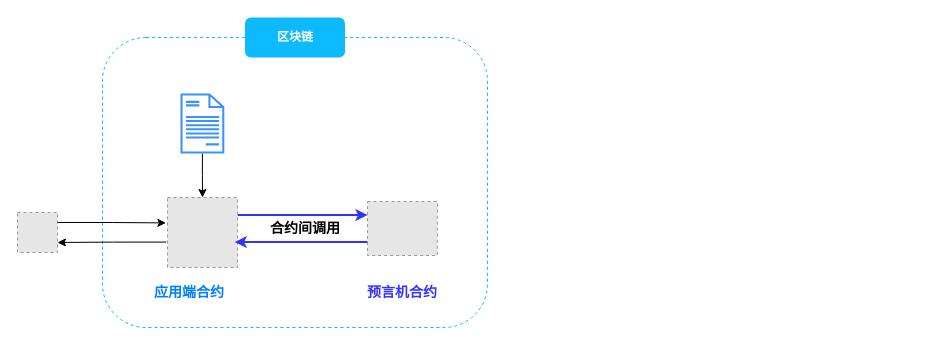
wenhulove333/opendhp keeps this draw.io diagram as dhp/oracle.drawio. Above is the earlier version. Source tidied: cells renumbered, new cells numbered last; positions are measured from the earlier drawing's top-left corner, leaving out a move shared by most shapes. Both pictures are drawn from the tidied source at 100%, with x=0, y=0 at pixel (17, 17). Pictures stored in the file or linked from it are replaced by grey dashed boxes.
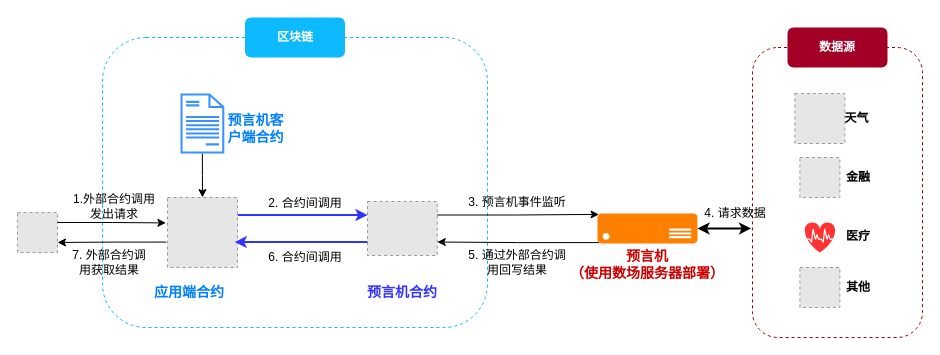
The same page after the edit.

Unchanged cells that the change refers to:
```xml
<mxCell id="8" style="fillColor=#E6E6E6;strokeColor=#999999;dashed=1;verticalLabelPosition=bottom;labelBackgroundColor=default;verticalAlign=top;" parent="1" vertex="1">
  <mxGeometry x="350" y="184" width="69.8" height="54" as="geometry" />
</mxCell>
```

The edit, as a diff of the source:
```diff
@@
+    <mxCell id="16" style="rounded=1;whiteSpace=wrap;html=1;fillColor=none;strokeColor=#990000;dashed=1;" parent="1" vertex="1">
+      <mxGeometry x="735" y="30" width="170" height="290" as="geometry" />
+    </mxCell>
@@
-    <mxCell id="14" value="&lt;font style=&quot;font-size: 14px; color: rgb(0, 0, 0);&quot;&gt;&lt;b&gt;合约间调用&lt;/b&gt;&lt;/font&gt;" style="text;html=1;align=center;verticalAlign=middle;whiteSpace=wrap;rounded=0;" parent="1" vertex="1">
-      <mxGeometry x="247.5" y="196" width="80" height="30" as="geometry" />
+    <mxCell id="14" value="&lt;font style=&quot;color: rgb(0, 0, 0); font-size: 12px;&quot;&gt;2. 合约间调用&lt;/font&gt;" style="text;html=1;align=center;verticalAlign=middle;whiteSpace=wrap;rounded=0;" parent="1" vertex="1">
+      <mxGeometry x="247.5" y="171" width="80" height="30" as="geometry" />
     </mxCell>
@@
+    <mxCell id="17" value="&lt;font style=&quot;color: rgb(0, 0, 0); font-size: 12px;&quot;&gt;1.外部合约调用 发出请求&lt;/font&gt;" style="text;html=1;align=center;verticalAlign=middle;whiteSpace=wrap;rounded=0;" parent="1" vertex="1">
+      <mxGeometry x="51.9" y="173.5" width="90" height="30" as="geometry" />
+    </mxCell>
+    <mxCell id="18" style="edgeStyle=orthogonalEdgeStyle;rounded=0;jettySize=auto;html=1;exitX=0.015;exitY=0.97;exitDx=0;exitDy=0;exitPerimeter=0;entryX=1;entryY=0.75;entryDx=0;entryDy=0;" parent="1" edge="1" source="19" target="8">
+      <mxGeometry relative="1" as="geometry">
+        <Array as="points">
+          <mxPoint x="500" y="225" />
+        </Array>
+      </mxGeometry>
+    </mxCell>
+    <mxCell id="19" style="sketch=0;shadow=0;dashed=0;html=1;strokeColor=none;labelPosition=center;verticalLabelPosition=bottom;verticalAlign=top;align=center;fillColor=#FF8000;shape=mxgraph.azure.server;" parent="1" vertex="1">
+      <mxGeometry x="580" y="196" width="100" height="30" as="geometry" />
+    </mxCell>
+    <mxCell id="20" style="edgeStyle=orthogonalEdgeStyle;rounded=0;jettySize=auto;html=1;exitX=1;exitY=0.25;exitDx=0;exitDy=0;entryX=0.015;entryY=0.03;entryDx=0;entryDy=0;entryPerimeter=0;" parent="1" edge="1" source="8" target="19">
+      <mxGeometry relative="1" as="geometry">
+        <Array as="points">
+          <mxPoint x="500" y="197" />
+        </Array>
+      </mxGeometry>
+    </mxCell>
+    <mxCell id="21" value="&lt;font style=&quot;font-size: 12px;&quot;&gt;3. 预言机事件监听&lt;/font&gt;" style="text;html=1;align=center;verticalAlign=middle;whiteSpace=wrap;rounded=0;" parent="1" vertex="1">
+      <mxGeometry x="450" y="170" width="100" height="30" as="geometry" />
+    </mxCell>
+    <mxCell id="22" value="&lt;font style=&quot;font-size: 12px;&quot;&gt;5. 通过外部合约调用回写结果&lt;/font&gt;" style="text;html=1;align=center;verticalAlign=middle;whiteSpace=wrap;rounded=0;" parent="1" vertex="1">
+      <mxGeometry x="445" y="230" width="110" height="30" as="geometry" />
+    </mxCell>
+    <mxCell id="23" value="&lt;b&gt;&lt;font style=&quot;color: rgb(255, 255, 255);&quot;&gt;数据源&lt;/font&gt;&lt;/b&gt;" style="rounded=1;whiteSpace=wrap;html=1;fillColor=#a20025;strokeColor=none;fontColor=#ffffff;" parent="1" vertex="1">
+      <mxGeometry x="770" y="10" width="100" height="40" as="geometry" />
+    </mxCell>
+    <mxCell id="24" value="&lt;font color=&quot;#cc0000&quot;&gt;&lt;span style=&quot;font-size: 14px;&quot;&gt;&lt;b&gt;预言机&lt;/b&gt;&lt;/span&gt;&lt;/font&gt;&lt;div&gt;&lt;font color=&quot;#cc0000&quot;&gt;&lt;span style=&quot;font-size: 14px;&quot;&gt;&lt;b&gt;（使用数场服务器部署）&lt;/b&gt;&lt;/span&gt;&lt;/font&gt;&lt;/div&gt;" style="text;html=1;align=center;verticalAlign=middle;whiteSpace=wrap;rounded=0;" parent="1" vertex="1">
+      <mxGeometry x="550" y="232" width="160" height="30" as="geometry" />
+    </mxCell>
+    <mxCell id="25" style="fillColor=#E6E6E6;strokeColor=#999999;dashed=1;html=1;verticalAlign=top;verticalLabelPosition=bottom;labelBackgroundColor=#ffffff;" parent="1" vertex="1">
+      <mxGeometry x="777.4" y="76" width="50" height="50" as="geometry" />
+    </mxCell>
+    <mxCell id="26" style="fillColor=#E6E6E6;strokeColor=#999999;dashed=1;verticalLabelPosition=bottom;labelBackgroundColor=default;verticalAlign=top;" parent="1" vertex="1">
+      <mxGeometry x="782.4" y="140" width="40" height="40" as="geometry" />
+    </mxCell>
+    <mxCell id="27" style="shape=mxgraph.signs.healthcare.cardiology;html=1;fillColor=#FF3333;strokeColor=none;verticalLabelPosition=bottom;verticalAlign=top;align=center;" parent="1" vertex="1">
+      <mxGeometry x="787.3" y="205" width="30.3" height="30" as="geometry" />
+    </mxCell>
+    <mxCell id="28" value="&lt;b&gt;天气&lt;/b&gt;" style="text;html=1;align=center;verticalAlign=middle;whiteSpace=wrap;rounded=0;" parent="1" vertex="1">
+      <mxGeometry x="822.4" y="86" width="35.1" height="30" as="geometry" />
+    </mxCell>
+    <mxCell id="29" value="&lt;b&gt;金融&lt;/b&gt;" style="text;html=1;align=left;verticalAlign=middle;whiteSpace=wrap;rounded=0;" parent="1" vertex="1">
+      <mxGeometry x="827.4" y="145" width="35.1" height="30" as="geometry" />
+    </mxCell>
+    <mxCell id="30" value="&lt;b&gt;医疗&lt;/b&gt;" style="text;html=1;align=left;verticalAlign=middle;whiteSpace=wrap;rounded=0;" parent="1" vertex="1">
+      <mxGeometry x="827.4" y="203.5" width="35.1" height="30" as="geometry" />
+    </mxCell>
+    <mxCell id="31" style="fillColor=#E6E6E6;strokeColor=#999999;dashed=1;html=1;verticalAlign=top;verticalLabelPosition=bottom;labelBackgroundColor=#ffffff;" parent="1" vertex="1">
+      <mxGeometry x="782.4" y="250" width="40" height="40" as="geometry" />
+    </mxCell>
+    <mxCell id="32" value="&lt;b&gt;其他&lt;/b&gt;" style="text;html=1;align=left;verticalAlign=middle;whiteSpace=wrap;rounded=0;" parent="1" vertex="1">
+      <mxGeometry x="827.4" y="255" width="35.1" height="30" as="geometry" />
+    </mxCell>
+    <mxCell id="33" style="edgeStyle=orthogonalEdgeStyle;rounded=0;jettySize=auto;html=1;exitX=1;exitY=0.5;exitDx=0;exitDy=0;exitPerimeter=0;entryX=-0.008;entryY=0.624;entryDx=0;entryDy=0;entryPerimeter=0;startArrow=classic;startFill=1;strokeWidth=2;" parent="1" edge="1" source="19" target="16">
+      <mxGeometry relative="1" as="geometry" />
+    </mxCell>
+    <mxCell id="34" value="&lt;font style=&quot;font-size: 12px;&quot;&gt;4. 请求数据&lt;/font&gt;" style="text;html=1;align=center;verticalAlign=middle;whiteSpace=wrap;rounded=0;" parent="1" vertex="1">
+      <mxGeometry x="683" y="181" width="70" height="30" as="geometry" />
+    </mxCell>
+    <mxCell id="35" value="&lt;font style=&quot;color: rgb(0, 0, 0); font-size: 12px;&quot;&gt;6. 合约间调用&lt;/font&gt;" style="text;html=1;align=center;verticalAlign=middle;whiteSpace=wrap;rounded=0;" parent="1" vertex="1">
+      <mxGeometry x="247.5" y="225" width="80" height="30" as="geometry" />
+    </mxCell>
+    <mxCell id="36" value="&lt;font style=&quot;color: rgb(0, 0, 0); font-size: 12px;&quot;&gt;7. 外部合约调用获取结果&lt;/font&gt;" style="text;html=1;align=center;verticalAlign=middle;whiteSpace=wrap;rounded=0;" parent="1" vertex="1">
+      <mxGeometry x="51.9" y="230" width="80" height="30" as="geometry" />
+    </mxCell>
+    <mxCell id="37" value="&lt;font color=&quot;#007fff&quot;&gt;&lt;span style=&quot;font-size: 14px;&quot;&gt;&lt;b&gt;预言机客户端合约&lt;/b&gt;&lt;/span&gt;&lt;/font&gt;" style="text;html=1;align=center;verticalAlign=middle;whiteSpace=wrap;rounded=0;" parent="1" vertex="1">
+      <mxGeometry x="206.8" y="96" width="63.2" height="30" as="geometry" />
+    </mxCell>
```
